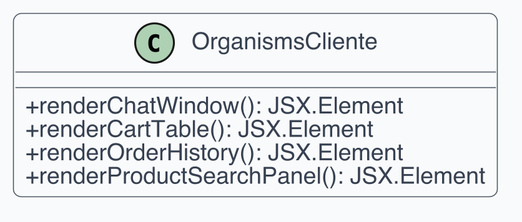
The PlantUML diagram src/PB/Documentazione Esterna/Contenuti/componenti_specifiche_tecniche/assets/uml_frontend/26_organismscliente.png in swenightpro/Documentazione, before a commit.
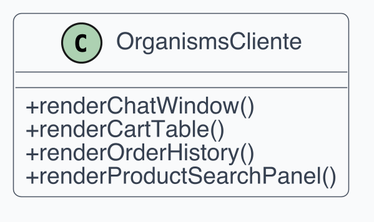
After the commit.

Diff of the diagram source:
```diff
@@ -1,9 +1,25 @@
 @startuml
-!include _style.iuml
-class OrganismsCliente {
-  +renderChatWindow(): JSX.Element
-  +renderCartTable(): JSX.Element
-  +renderOrderHistory(): JSX.Element
-  +renderProductSearchPanel(): JSX.Element
+skinparam dpi 300
+skinparam shadowing false
+skinparam backgroundColor White
+skinparam defaultFontName Helvetica
+skinparam defaultFontSize 12
+skinparam ArrowColor #4B5563
+skinparam ArrowThickness 1
+skinparam roundcorner 8
+skinparam class {
+  BackgroundColor #F9FAFB
+  BorderColor #4B5563
+  FontColor #111827
+  AttributeFontColor #374151
+  StereotypeFontColor #6B7280
+}
+skinparam classAttributeIconSize 0
+
+class "OrganismsCliente" as C1 {
+  + renderChatWindow()
+  + renderCartTable()
+  + renderOrderHistory()
+  + renderProductSearchPanel()
 }
 @enduml
```
